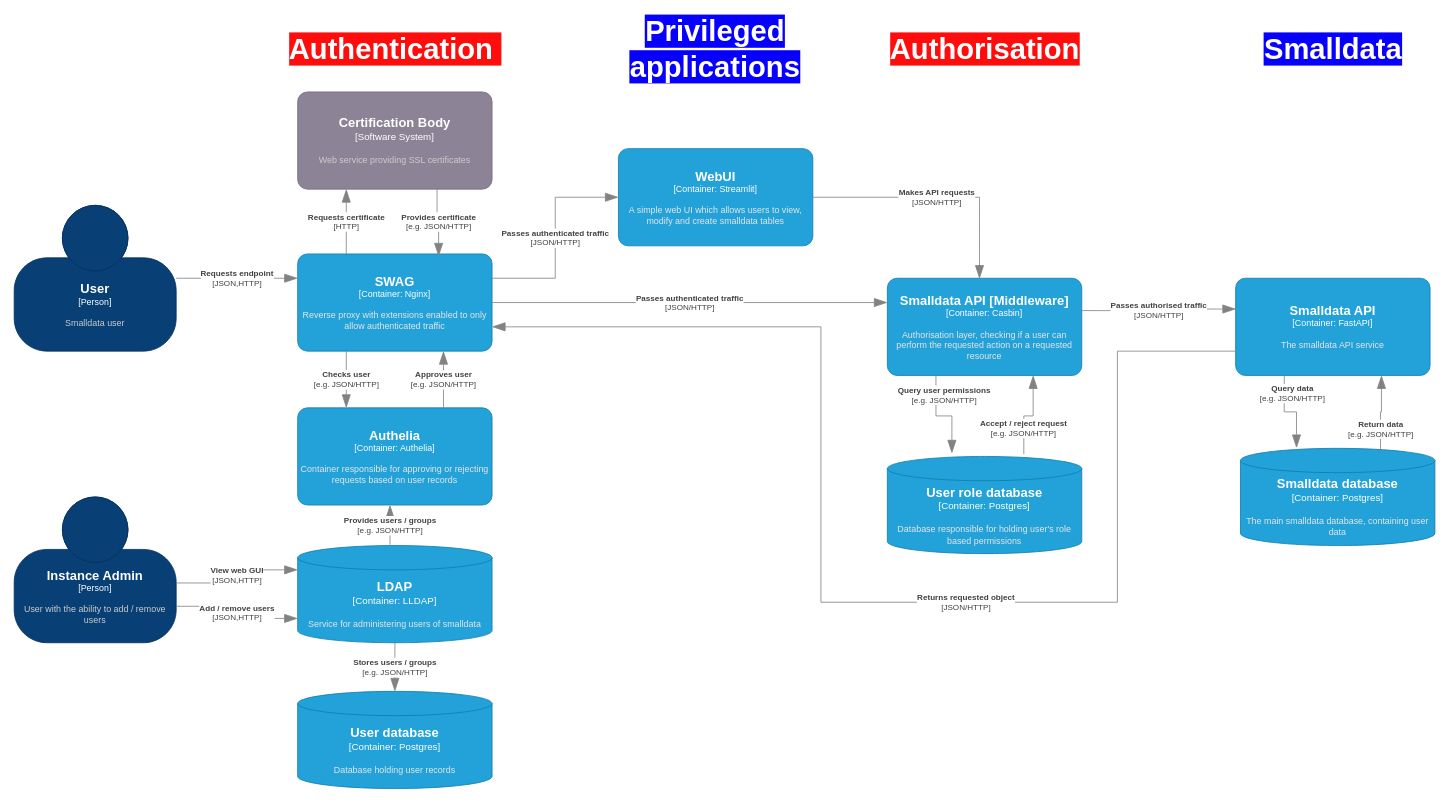
OliverWoolland/Diagrams keeps this draw.io diagram as page "Authentication" (6 of 6) of Smalldata_io.drawio. Above is the earlier version. Source tidied: cells renumbered, new cells numbered last; positions are measured from the earlier drawing's top-left corner, leaving out a move shared by most shapes. Both pictures are drawn from the tidied source at 81%, with x=0, y=0 at pixel (14, 20).
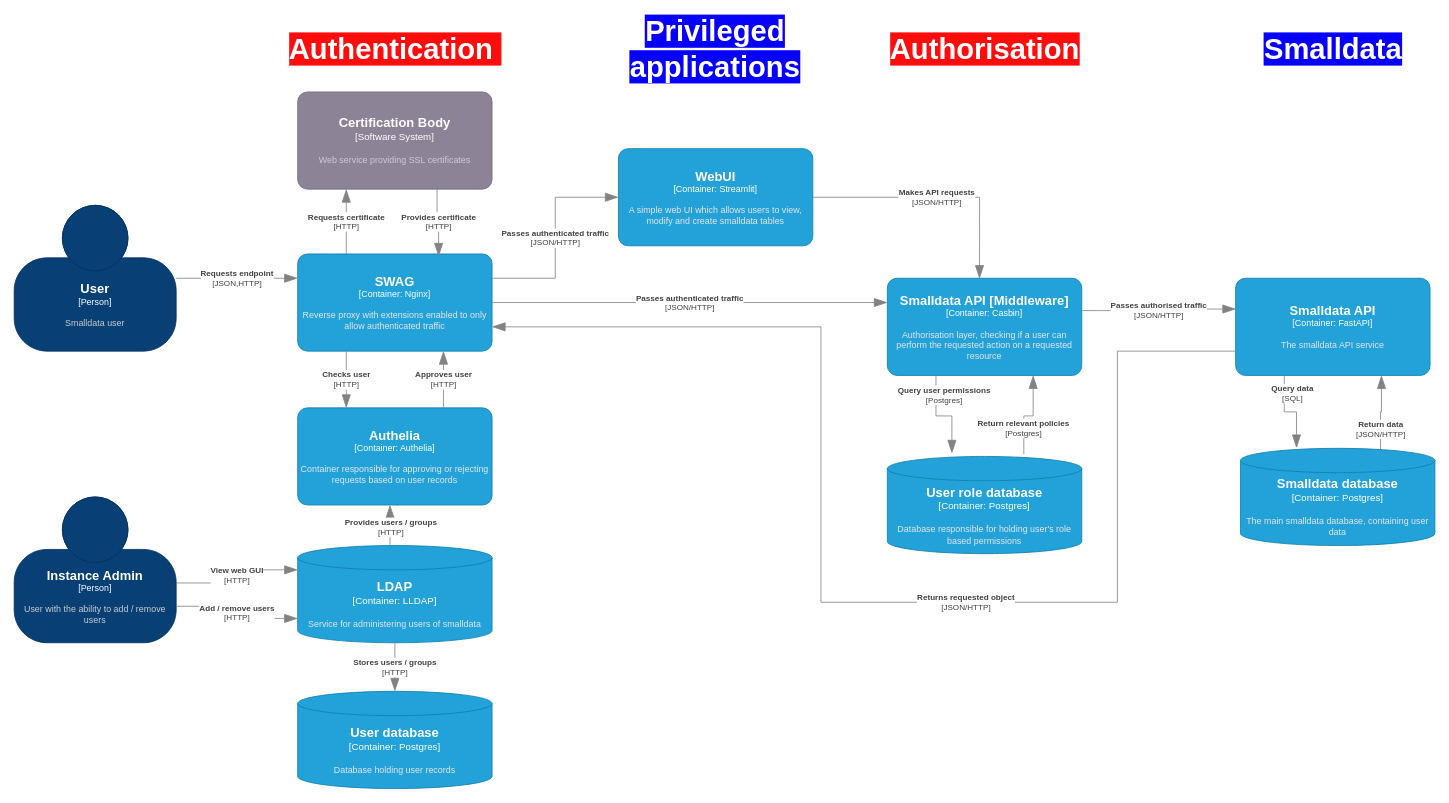
Above is the later version.

The change refers to these unchanged cells:
```xml
<object id="3" label="&lt;font style=&quot;font-size: 16px&quot;&gt;&lt;b&gt;%c4Name%&lt;/b&gt;&lt;/font&gt;&lt;div&gt;[%c4Type%]&lt;/div&gt;&lt;br&gt;&lt;div&gt;&lt;font style=&quot;font-size: 11px&quot;&gt;&lt;font color=&quot;#cccccc&quot;&gt;%c4Description%&lt;/font&gt;&lt;/div&gt;" c4Description="Web service providing SSL certificates" c4Name="Certification Body" c4Type="Software System" placeholders="1">
  <mxCell style="rounded=1;whiteSpace=wrap;html=1;labelBackgroundColor=none;fillColor=#8C8496;fontColor=#ffffff;align=center;arcSize=10;strokeColor=#736782;points=[[0.25,0,0],[0.5,0,0],[0.75,0,0],[1,0.25,0],[1,0.5,0],[1,0.75,0],[0.75,1,0],[0.5,1,0],[0.25,1,0],[0,0.75,0],[0,0.5,0],[0,0.25,0]];" parent="1" vertex="1">
    <mxGeometry x="350" y="88" width="240" height="120" as="geometry" />
  </mxCell>
</object>
<object id="4" label="&lt;font style=&quot;font-size: 16px&quot;&gt;&lt;b&gt;%c4Name%&lt;/b&gt;&lt;/font&gt;&lt;div&gt;[%c4Type%: %c4Technology%]&lt;/div&gt;&lt;br&gt;&lt;div&gt;&lt;font style=&quot;font-size: 11px&quot;&gt;&lt;font color=&quot;#E6E6E6&quot;&gt;%c4Description%&lt;/font&gt;&lt;/div&gt;" c4Description="Reverse proxy with extensions enabled to only allow authenticated traffic" c4Name="SWAG" c4Technology="Nginx" c4Type="Container" placeholders="1">
  <mxCell style="rounded=1;whiteSpace=wrap;html=1;fontSize=11;labelBackgroundColor=none;fillColor=#23A2D9;fontColor=#ffffff;align=center;arcSize=10;strokeColor=#0E7DAD;points=[[0.25,0,0],[0.5,0,0],[0.75,0,0],[1,0.25,0],[1,0.5,0],[1,0.75,0],[0.75,1,0],[0.5,1,0],[0.25,1,0],[0,0.75,0],[0,0.5,0],[0,0.25,0]];" parent="1" vertex="1">
    <mxGeometry x="350" y="288" width="240" height="120" as="geometry" />
  </mxCell>
</object>
<object id="5" label="&lt;font style=&quot;font-size: 16px&quot;&gt;&lt;b&gt;%c4Name%&lt;/b&gt;&lt;/font&gt;&lt;div&gt;[%c4Type%: %c4Technology%]&lt;/div&gt;&lt;br&gt;&lt;div&gt;&lt;font style=&quot;font-size: 11px&quot;&gt;&lt;font color=&quot;#E6E6E6&quot;&gt;%c4Description%&lt;/font&gt;&lt;/div&gt;" c4Description="Authorisation layer, checking if a user can perform the requested action on a requested resource" c4Name="Smalldata API [Middleware]" c4Technology="Casbin" c4Type="Container" placeholders="1">
  <mxCell style="rounded=1;whiteSpace=wrap;html=1;fontSize=11;labelBackgroundColor=none;fillColor=#23A2D9;fontColor=#ffffff;align=center;arcSize=10;strokeColor=#0E7DAD;points=[[0.25,0,0],[0.5,0,0],[0.75,0,0],[1,0.25,0],[1,0.5,0],[1,0.75,0],[0.75,1,0],[0.5,1,0],[0.25,1,0],[0,0.75,0],[0,0.5,0],[0,0.25,0]];" parent="1" vertex="1">
    <mxGeometry x="1078" y="318" width="240" height="120" as="geometry" />
  </mxCell>
</object>
<object id="6" label="&lt;font style=&quot;font-size: 16px&quot;&gt;&lt;b&gt;%c4Name%&lt;/b&gt;&lt;/font&gt;&lt;div&gt;[%c4Type%: %c4Technology%]&lt;/div&gt;&lt;br&gt;&lt;div&gt;&lt;font style=&quot;font-size: 11px&quot;&gt;&lt;font color=&quot;#E6E6E6&quot;&gt;%c4Description%&lt;/font&gt;&lt;/div&gt;" c4Description="Container responsible for approving or rejecting requests based on user records" c4Name="Authelia" c4Technology="Authelia" c4Type="Container" placeholders="1">
  <mxCell style="rounded=1;whiteSpace=wrap;html=1;fontSize=11;labelBackgroundColor=none;fillColor=#23A2D9;fontColor=#ffffff;align=center;arcSize=10;strokeColor=#0E7DAD;points=[[0.25,0,0],[0.5,0,0],[0.75,0,0],[1,0.25,0],[1,0.5,0],[1,0.75,0],[0.75,1,0],[0.5,1,0],[0.25,1,0],[0,0.75,0],[0,0.5,0],[0,0.25,0]];" parent="1" vertex="1">
    <mxGeometry x="350" y="478" width="240" height="120" as="geometry" />
  </mxCell>
</object>
<object id="8" label="&lt;font style=&quot;font-size: 16px&quot;&gt;&lt;b&gt;%c4Type%&lt;/b&gt;&lt;/font&gt;&lt;div&gt;[%c4Container%:&amp;nbsp;%c4Technology%]&lt;/div&gt;&lt;br&gt;&lt;div&gt;&lt;font style=&quot;font-size: 11px&quot;&gt;&lt;font color=&quot;#E6E6E6&quot;&gt;%c4Description%&lt;/font&gt;&lt;/div&gt;" c4Container="Container" c4Description="Database responsible for holding user's role based permissions" c4Technology="Postgres" c4Type="User role database" placeholders="1">
  <mxCell style="shape=cylinder3;size=15;whiteSpace=wrap;html=1;boundedLbl=1;rounded=0;labelBackgroundColor=none;fillColor=#23A2D9;fontSize=12;fontColor=#ffffff;align=center;strokeColor=#0E7DAD;points=[[0.5,0,0],[1,0.25,0],[1,0.5,0],[1,0.75,0],[0.5,1,0],[0,0.75,0],[0,0.5,0],[0,0.25,0]];" parent="1" vertex="1">
    <mxGeometry x="1078" y="538" width="240" height="120" as="geometry" />
  </mxCell>
</object>
<object id="9" label="&lt;font style=&quot;font-size: 16px&quot;&gt;&lt;b&gt;%c4Type%&lt;/b&gt;&lt;/font&gt;&lt;div&gt;[%c4Container%:&amp;nbsp;%c4Technology%]&lt;/div&gt;&lt;br&gt;&lt;div&gt;&lt;font style=&quot;font-size: 11px&quot;&gt;&lt;font color=&quot;#E6E6E6&quot;&gt;%c4Description%&lt;/font&gt;&lt;/div&gt;" c4Container="Container" c4Description="Service for administering users of smalldata" c4Technology="LLDAP" c4Type="LDAP" placeholders="1">
  <mxCell style="shape=cylinder3;size=15;whiteSpace=wrap;html=1;boundedLbl=1;rounded=0;labelBackgroundColor=none;fillColor=#23A2D9;fontSize=12;fontColor=#ffffff;align=center;strokeColor=#0E7DAD;points=[[0.5,0,0],[1,0.25,0],[1,0.5,0],[1,0.75,0],[0.5,1,0],[0,0.75,0],[0,0.5,0],[0,0.25,0]];" parent="1" vertex="1">
    <mxGeometry x="350" y="648" width="240" height="120" as="geometry" />
  </mxCell>
</object>
<object id="18" label="&lt;font style=&quot;font-size: 16px&quot;&gt;&lt;b&gt;%c4Name%&lt;/b&gt;&lt;/font&gt;&lt;div&gt;[%c4Type%: %c4Technology%]&lt;/div&gt;&lt;br&gt;&lt;div&gt;&lt;font style=&quot;font-size: 11px&quot;&gt;&lt;font color=&quot;#E6E6E6&quot;&gt;%c4Description%&lt;/font&gt;&lt;/div&gt;" c4Description="The smalldata API service" c4Name="Smalldata API " c4Technology="FastAPI" c4Type="Container" placeholders="1">
  <mxCell style="rounded=1;whiteSpace=wrap;html=1;fontSize=11;labelBackgroundColor=none;fillColor=#23A2D9;fontColor=#ffffff;align=center;arcSize=10;strokeColor=#0E7DAD;points=[[0.25,0,0],[0.5,0,0],[0.75,0,0],[1,0.25,0],[1,0.5,0],[1,0.75,0],[0.75,1,0],[0.5,1,0],[0.25,1,0],[0,0.75,0],[0,0.5,0],[0,0.25,0]];" parent="1" vertex="1">
    <mxGeometry x="1508" y="318" width="240" height="120" as="geometry" />
  </mxCell>
</object>
<object id="21" label="&lt;font style=&quot;font-size: 16px&quot;&gt;&lt;b&gt;%c4Name%&lt;/b&gt;&lt;/font&gt;&lt;div&gt;[%c4Type%]&lt;/div&gt;&lt;br&gt;&lt;div&gt;&lt;font style=&quot;font-size: 11px&quot;&gt;&lt;font color=&quot;#cccccc&quot;&gt;%c4Description%&lt;/font&gt;&lt;/div&gt;" c4Description="User with the ability to add / remove users" c4Name="Instance Admin" c4Type="Person" placeholders="1">
  <mxCell style="html=1;fontSize=11;dashed=0;whiteSpace=wrap;fillColor=#083F75;strokeColor=#06315C;fontColor=#ffffff;shape=mxgraph.c4.person2;align=center;points=[[0.5,0,0],[1,0.5,0],[1,0.75,0],[0.75,1,0],[0.5,1,0],[0.25,1,0],[0,0.75,0],[0,0.5,0]];" parent="1" vertex="1">
    <mxGeometry y="588" width="200" height="180" as="geometry" />
  </mxCell>
</object>
<object id="24" label="&lt;font style=&quot;font-size: 16px&quot;&gt;&lt;b&gt;%c4Type%&lt;/b&gt;&lt;/font&gt;&lt;div&gt;[%c4Container%:&amp;nbsp;%c4Technology%]&lt;/div&gt;&lt;br&gt;&lt;div&gt;&lt;font style=&quot;font-size: 11px&quot;&gt;&lt;font color=&quot;#E6E6E6&quot;&gt;%c4Description%&lt;/font&gt;&lt;/div&gt;" c4Container="Container" c4Description="Database holding user records" c4Technology="Postgres" c4Type="User database" placeholders="1">
  <mxCell style="shape=cylinder3;size=15;whiteSpace=wrap;html=1;boundedLbl=1;rounded=0;labelBackgroundColor=none;fillColor=#23A2D9;fontSize=12;fontColor=#ffffff;align=center;strokeColor=#0E7DAD;points=[[0.5,0,0],[1,0.25,0],[1,0.5,0],[1,0.75,0],[0.5,1,0],[0,0.75,0],[0,0.5,0],[0,0.25,0]];" parent="1" vertex="1">
    <mxGeometry x="350" y="828" width="240" height="120" as="geometry" />
  </mxCell>
</object>
<object id="28" label="&lt;font style=&quot;font-size: 16px&quot;&gt;&lt;b&gt;%c4Type%&lt;/b&gt;&lt;/font&gt;&lt;div&gt;[%c4Container%:&amp;nbsp;%c4Technology%]&lt;/div&gt;&lt;br&gt;&lt;div&gt;&lt;font style=&quot;font-size: 11px&quot;&gt;&lt;font color=&quot;#E6E6E6&quot;&gt;%c4Description%&lt;/font&gt;&lt;/div&gt;" c4Container="Container" c4Description="The main smalldata database, containing user data" c4Technology="Postgres" c4Type="Smalldata database" placeholders="1">
  <mxCell style="shape=cylinder3;size=15;whiteSpace=wrap;html=1;boundedLbl=1;rounded=0;labelBackgroundColor=none;fillColor=#23A2D9;fontSize=12;fontColor=#ffffff;align=center;strokeColor=#0E7DAD;points=[[0.5,0,0],[1,0.25,0],[1,0.5,0],[1,0.75,0],[0.5,1,0],[0,0.75,0],[0,0.5,0],[0,0.25,0]];" parent="1" vertex="1">
    <mxGeometry x="1514" y="528" width="240" height="120" as="geometry" />
  </mxCell>
</object>
```

Diff of the diagram source:
```diff
@@
-    <object id="10" label="&lt;div style=&quot;text-align: left&quot;&gt;&lt;div style=&quot;text-align: center&quot;&gt;&lt;b&gt;%c4Description%&lt;/b&gt;&lt;/div&gt;&lt;div style=&quot;text-align: center&quot;&gt;[%c4Technology%]&lt;/div&gt;&lt;/div&gt;" c4Description="Checks user" c4Technology="e.g. JSON/HTTP" placeholders="1">
+    <object id="10" label="&lt;div style=&quot;text-align: left&quot;&gt;&lt;div style=&quot;text-align: center&quot;&gt;&lt;b&gt;%c4Description%&lt;/b&gt;&lt;/div&gt;&lt;div style=&quot;text-align: center&quot;&gt;[%c4Technology%]&lt;/div&gt;&lt;/div&gt;" c4Description="Checks user" c4Technology="HTTP" placeholders="1">
       <mxCell style="endArrow=blockThin;html=1;fontSize=10;fontColor=#404040;strokeWidth=1;endFill=1;strokeColor=#828282;elbow=vertical;endSize=14;startSize=14;jumpStyle=arc;jumpSize=16;rounded=0;edgeStyle=orthogonalEdgeStyle;exitX=0.25;exitY=1;exitDx=0;exitDy=0;exitPerimeter=0;entryX=0.25;entryY=0;entryDx=0;entryDy=0;entryPerimeter=0;" parent="1" edge="1" source="4" target="6">
         <mxGeometry relative="1" as="geometry" />
       </mxCell>
     </object>
-    <object id="11" label="&lt;div style=&quot;text-align: left&quot;&gt;&lt;div style=&quot;text-align: center&quot;&gt;&lt;b&gt;%c4Description%&lt;/b&gt;&lt;/div&gt;&lt;div style=&quot;text-align: center&quot;&gt;[%c4Technology%]&lt;/div&gt;&lt;/div&gt;" c4Description="Approves user" c4Technology="e.g. JSON/HTTP" placeholders="1">
+    <object id="11" label="&lt;div style=&quot;text-align: left&quot;&gt;&lt;div style=&quot;text-align: center&quot;&gt;&lt;b&gt;%c4Description%&lt;/b&gt;&lt;/div&gt;&lt;div style=&quot;text-align: center&quot;&gt;[%c4Technology%]&lt;/div&gt;&lt;/div&gt;" c4Description="Approves user" c4Technology="HTTP" placeholders="1">
       <mxCell style="endArrow=blockThin;html=1;fontSize=10;fontColor=#404040;strokeWidth=1;endFill=1;strokeColor=#828282;elbow=vertical;endSize=14;startSize=14;jumpStyle=arc;jumpSize=16;rounded=0;edgeStyle=orthogonalEdgeStyle;exitX=0.75;exitY=0;exitDx=0;exitDy=0;exitPerimeter=0;entryX=0.75;entryY=1;entryDx=0;entryDy=0;entryPerimeter=0;" parent="1" edge="1" source="6" target="4">
         <mxGeometry relative="1" as="geometry" />
       </mxCell>
     </object>
-    <object id="12" label="&lt;div style=&quot;text-align: left&quot;&gt;&lt;div style=&quot;text-align: center&quot;&gt;&lt;b&gt;%c4Description%&lt;/b&gt;&lt;/div&gt;&lt;div style=&quot;text-align: center&quot;&gt;[%c4Technology%]&lt;/div&gt;&lt;/div&gt;" c4Description="Provides users / groups" c4Technology="e.g. JSON/HTTP" placeholders="1">
+    <object id="12" label="&lt;div style=&quot;text-align: left&quot;&gt;&lt;div style=&quot;text-align: center&quot;&gt;&lt;b&gt;%c4Description%&lt;/b&gt;&lt;/div&gt;&lt;div style=&quot;text-align: center&quot;&gt;[%c4Technology%]&lt;/div&gt;&lt;/div&gt;" c4Description="Provides users / groups" c4Technology="HTTP" placeholders="1">
       <mxCell style="endArrow=blockThin;html=1;fontSize=10;fontColor=#404040;strokeWidth=1;endFill=1;strokeColor=#828282;elbow=vertical;endSize=14;startSize=14;jumpStyle=arc;jumpSize=16;rounded=0;edgeStyle=orthogonalEdgeStyle;exitX=0.475;exitY=-0.008;exitDx=0;exitDy=0;exitPerimeter=0;" parent="1" edge="1" source="9">
-        <mxGeometry relative="1" as="geometry">
+        <mxGeometry x="-0.03" relative="1" as="geometry">
           <mxPoint x="464" y="598" as="targetPoint" />
+          <mxPoint y="1" as="offset" />
         </mxGeometry>
       </mxCell>
     </object>
@@
-    <object id="14" label="&lt;div style=&quot;text-align: left&quot;&gt;&lt;div style=&quot;text-align: center&quot;&gt;&lt;b&gt;%c4Description%&lt;/b&gt;&lt;/div&gt;&lt;div style=&quot;text-align: center&quot;&gt;[%c4Technology%]&lt;/div&gt;&lt;/div&gt;" c4Description="Provides certificate" c4Technology="e.g. JSON/HTTP" placeholders="1">
+    <object id="14" label="&lt;div style=&quot;text-align: left&quot;&gt;&lt;div style=&quot;text-align: center&quot;&gt;&lt;b&gt;%c4Description%&lt;/b&gt;&lt;/div&gt;&lt;div style=&quot;text-align: center&quot;&gt;[%c4Technology%]&lt;/div&gt;&lt;/div&gt;" c4Description="Provides certificate" c4Technology="HTTP" placeholders="1">
       <mxCell style="endArrow=blockThin;html=1;fontSize=10;fontColor=#404040;strokeWidth=1;endFill=1;strokeColor=#828282;elbow=vertical;endSize=14;startSize=14;jumpStyle=arc;jumpSize=16;rounded=0;edgeStyle=orthogonalEdgeStyle;exitX=0.717;exitY=1;exitDx=0;exitDy=0;exitPerimeter=0;entryX=0.725;entryY=0.025;entryDx=0;entryDy=0;entryPerimeter=0;" parent="1" edge="1" source="3" target="4">
         <mxGeometry relative="1" as="geometry" />
       </mxCell>
     </object>
@@
-    <object id="22" label="&lt;div style=&quot;text-align: left&quot;&gt;&lt;div style=&quot;text-align: center&quot;&gt;&lt;b&gt;%c4Description%&lt;/b&gt;&lt;/div&gt;&lt;div style=&quot;text-align: center&quot;&gt;[%c4Technology%]&lt;/div&gt;&lt;/div&gt;" c4Description="View web GUI" c4Technology="JSON,HTTP" placeholders="1">
+    <object id="22" label="&lt;div style=&quot;text-align: left&quot;&gt;&lt;div style=&quot;text-align: center&quot;&gt;&lt;b&gt;%c4Description%&lt;/b&gt;&lt;/div&gt;&lt;div style=&quot;text-align: center&quot;&gt;[%c4Technology%]&lt;/div&gt;&lt;/div&gt;" c4Description="View web GUI" c4Technology="HTTP" placeholders="1">
       <mxCell style="endArrow=blockThin;html=1;fontSize=10;fontColor=#404040;strokeWidth=1;endFill=1;strokeColor=#828282;elbow=vertical;endSize=14;startSize=14;jumpStyle=arc;jumpSize=16;rounded=0;edgeStyle=orthogonalEdgeStyle;entryX=0;entryY=0.25;entryDx=0;entryDy=0;entryPerimeter=0;exitX=1.005;exitY=0.59;exitDx=0;exitDy=0;exitPerimeter=0;" parent="1" edge="1" source="21" target="9">
         <mxGeometry relative="1" as="geometry" />
       </mxCell>
     </object>
-    <object id="23" label="&lt;div style=&quot;text-align: left&quot;&gt;&lt;div style=&quot;text-align: center&quot;&gt;&lt;b&gt;%c4Description%&lt;/b&gt;&lt;/div&gt;&lt;div style=&quot;text-align: center&quot;&gt;[%c4Technology%]&lt;/div&gt;&lt;/div&gt;" c4Description="Add / remove users" c4Technology="JSON,HTTP" placeholders="1">
+    <object id="23" label="&lt;div style=&quot;text-align: left&quot;&gt;&lt;div style=&quot;text-align: center&quot;&gt;&lt;b&gt;%c4Description%&lt;/b&gt;&lt;/div&gt;&lt;div style=&quot;text-align: center&quot;&gt;[%c4Technology%]&lt;/div&gt;&lt;/div&gt;" c4Description="Add / remove users" c4Technology="HTTP" placeholders="1">
       <mxCell style="endArrow=blockThin;html=1;fontSize=10;fontColor=#404040;strokeWidth=1;endFill=1;strokeColor=#828282;elbow=vertical;endSize=14;startSize=14;jumpStyle=arc;jumpSize=16;rounded=0;edgeStyle=orthogonalEdgeStyle;exitX=1;exitY=0.75;exitDx=0;exitDy=0;exitPerimeter=0;entryX=0;entryY=0.75;entryDx=0;entryDy=0;entryPerimeter=0;" parent="1" edge="1" source="21" target="9">
         <mxGeometry relative="1" as="geometry" />
       </mxCell>
     </object>
@@
-    <object id="25" label="&lt;div style=&quot;text-align: left&quot;&gt;&lt;div style=&quot;text-align: center&quot;&gt;&lt;b&gt;%c4Description%&lt;/b&gt;&lt;/div&gt;&lt;div style=&quot;text-align: center&quot;&gt;[%c4Technology%]&lt;/div&gt;&lt;/div&gt;" c4Description="Accept / reject request" c4Technology="e.g. JSON/HTTP" placeholders="1">
+    <object id="25" label="&lt;div style=&quot;text-align: left&quot;&gt;&lt;div style=&quot;text-align: center&quot;&gt;&lt;b&gt;%c4Description%&lt;/b&gt;&lt;/div&gt;&lt;div style=&quot;text-align: center&quot;&gt;[%c4Technology%]&lt;/div&gt;&lt;/div&gt;" c4Description="Return relevant policies" c4Technology="Postgres" placeholders="1">
       <mxCell style="endArrow=blockThin;html=1;fontSize=10;fontColor=#404040;strokeWidth=1;endFill=1;strokeColor=#828282;elbow=vertical;endSize=14;startSize=14;jumpStyle=arc;jumpSize=16;rounded=0;edgeStyle=orthogonalEdgeStyle;exitX=0.702;exitY=-0.023;exitDx=0;exitDy=0;exitPerimeter=0;entryX=0.75;entryY=1;entryDx=0;entryDy=0;entryPerimeter=0;" parent="1" edge="1" source="8" target="5">
         <mxGeometry x="-0.42" relative="1" as="geometry" />
       </mxCell>
     </object>
-    <object id="26" label="&lt;div style=&quot;text-align: left&quot;&gt;&lt;div style=&quot;text-align: center&quot;&gt;&lt;b&gt;%c4Description%&lt;/b&gt;&lt;/div&gt;&lt;div style=&quot;text-align: center&quot;&gt;[%c4Technology%]&lt;/div&gt;&lt;/div&gt;" c4Description="Query user permissions" c4Technology="e.g. JSON/HTTP" placeholders="1">
+    <object id="26" label="&lt;div style=&quot;text-align: left&quot;&gt;&lt;div style=&quot;text-align: center&quot;&gt;&lt;b&gt;%c4Description%&lt;/b&gt;&lt;/div&gt;&lt;div style=&quot;text-align: center&quot;&gt;[%c4Technology%]&lt;/div&gt;&lt;/div&gt;" c4Description="Query user permissions" c4Technology="Postgres" placeholders="1">
       <mxCell style="endArrow=blockThin;html=1;fontSize=10;fontColor=#404040;strokeWidth=1;endFill=1;strokeColor=#828282;elbow=vertical;endSize=14;startSize=14;jumpStyle=arc;jumpSize=16;rounded=0;edgeStyle=orthogonalEdgeStyle;exitX=0.25;exitY=1;exitDx=0;exitDy=0;exitPerimeter=0;entryX=0.332;entryY=-0.032;entryDx=0;entryDy=0;entryPerimeter=0;" parent="1" edge="1" source="5" target="8">
         <mxGeometry x="-0.56" y="10" relative="1" as="geometry">
           <mxPoint y="-1" as="offset" />
         </mxGeometry>
       </mxCell>
     </object>
-    <object id="27" label="&lt;div style=&quot;text-align: left&quot;&gt;&lt;div style=&quot;text-align: center&quot;&gt;&lt;b&gt;%c4Description%&lt;/b&gt;&lt;/div&gt;&lt;div style=&quot;text-align: center&quot;&gt;[%c4Technology%]&lt;/div&gt;&lt;/div&gt;" c4Description="Stores users / groups" c4Technology="e.g. JSON/HTTP" placeholders="1">
+    <object id="27" label="&lt;div style=&quot;text-align: left&quot;&gt;&lt;div style=&quot;text-align: center&quot;&gt;&lt;b&gt;%c4Description%&lt;/b&gt;&lt;/div&gt;&lt;div style=&quot;text-align: center&quot;&gt;[%c4Technology%]&lt;/div&gt;&lt;/div&gt;" c4Description="Stores users / groups" c4Technology="HTTP" placeholders="1">
       <mxCell style="endArrow=blockThin;html=1;fontSize=10;fontColor=#404040;strokeWidth=1;endFill=1;strokeColor=#828282;elbow=vertical;endSize=14;startSize=14;jumpStyle=arc;jumpSize=16;rounded=0;edgeStyle=orthogonalEdgeStyle;exitX=0.5;exitY=1;exitDx=0;exitDy=0;exitPerimeter=0;entryX=0.5;entryY=0;entryDx=0;entryDy=0;entryPerimeter=0;" parent="1" edge="1" source="9" target="24">
         <mxGeometry relative="1" as="geometry" />
       </mxCell>
     </object>
@@
-    <object id="29" label="&lt;div style=&quot;text-align: left&quot;&gt;&lt;div style=&quot;text-align: center&quot;&gt;&lt;b&gt;%c4Description%&lt;/b&gt;&lt;/div&gt;&lt;div style=&quot;text-align: center&quot;&gt;[%c4Technology%]&lt;/div&gt;&lt;/div&gt;" c4Description="Query data" c4Technology="e.g. JSON/HTTP" placeholders="1">
+    <object id="29" label="&lt;div style=&quot;text-align: left&quot;&gt;&lt;div style=&quot;text-align: center&quot;&gt;&lt;b&gt;%c4Description%&lt;/b&gt;&lt;/div&gt;&lt;div style=&quot;text-align: center&quot;&gt;[%c4Technology%]&lt;/div&gt;&lt;/div&gt;" c4Description="Query data" c4Technology="SQL" placeholders="1">
       <mxCell style="endArrow=blockThin;html=1;fontSize=10;fontColor=#404040;strokeWidth=1;endFill=1;strokeColor=#828282;elbow=vertical;endSize=14;startSize=14;jumpStyle=arc;jumpSize=16;rounded=0;edgeStyle=orthogonalEdgeStyle;exitX=0.25;exitY=1;exitDx=0;exitDy=0;exitPerimeter=0;entryX=0.288;entryY=-0.004;entryDx=0;entryDy=0;entryPerimeter=0;" parent="1" edge="1" source="18" target="28">
         <mxGeometry x="-0.56" y="10" relative="1" as="geometry">
           <mxPoint y="-1" as="offset" />
         </mxGeometry>
       </mxCell>
     </object>
-    <object id="30" label="&lt;div style=&quot;text-align: left&quot;&gt;&lt;div style=&quot;text-align: center&quot;&gt;&lt;b&gt;%c4Description%&lt;/b&gt;&lt;/div&gt;&lt;div style=&quot;text-align: center&quot;&gt;[%c4Technology%]&lt;/div&gt;&lt;/div&gt;" c4Description="Return data" c4Technology="e.g. JSON/HTTP" placeholders="1">
+    <object id="30" label="&lt;div style=&quot;text-align: left&quot;&gt;&lt;div style=&quot;text-align: center&quot;&gt;&lt;b&gt;%c4Description%&lt;/b&gt;&lt;/div&gt;&lt;div style=&quot;text-align: center&quot;&gt;[%c4Technology%]&lt;/div&gt;&lt;/div&gt;" c4Description="Return data" c4Technology="JSON/HTTP" placeholders="1">
       <mxCell style="endArrow=blockThin;html=1;fontSize=10;fontColor=#404040;strokeWidth=1;endFill=1;strokeColor=#828282;elbow=vertical;endSize=14;startSize=14;jumpStyle=arc;jumpSize=16;rounded=0;edgeStyle=orthogonalEdgeStyle;exitX=0.72;exitY=0.027;exitDx=0;exitDy=0;exitPerimeter=0;entryX=0.75;entryY=1;entryDx=0;entryDy=0;entryPerimeter=0;" parent="1" edge="1" source="28" target="18">
         <mxGeometry x="-0.42" relative="1" as="geometry" />
       </mxCell>
     </object>
```
